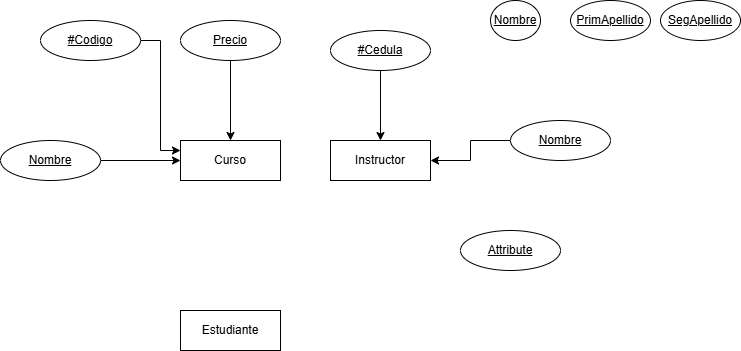
This is Academia.drawio.png from StimpyCR/DrawiIO, a draw.io export, as it was before one commit. Source tidied: cells renumbered, new cells last; positions are measured from the earlier drawing's top-left corner, leaving out a move shared by most shapes. The source it was exported from:
```xml
<mxGraphModel>
  <root>
    <mxCell id="0" />
    <mxCell id="1" parent="0" />
    <mxCell id="2" value="Curso" style="whiteSpace=wrap;html=1;align=center;" parent="1" vertex="1">
      <mxGeometry x="180" y="140" width="100" height="40" as="geometry" />
    </mxCell>
    <mxCell id="3" value="Instructor" style="whiteSpace=wrap;html=1;align=center;" parent="1" vertex="1">
      <mxGeometry x="330" y="140" width="100" height="40" as="geometry" />
    </mxCell>
    <mxCell id="4" value="Estudiante" style="whiteSpace=wrap;html=1;align=center;" parent="1" vertex="1">
      <mxGeometry x="180" y="310" width="100" height="40" as="geometry" />
    </mxCell>
    <mxCell id="5" style="edgeStyle=orthogonalEdgeStyle;rounded=0;jettySize=auto;html=1;exitX=1;exitY=0.5;exitDx=0;exitDy=0;entryX=0;entryY=0.25;entryDx=0;entryDy=0;" parent="1" edge="1" source="6" target="2">
      <mxGeometry relative="1" as="geometry" />
    </mxCell>
    <mxCell id="6" value="#Codigo" style="ellipse;whiteSpace=wrap;html=1;align=center;fontStyle=4;" parent="1" vertex="1">
      <mxGeometry x="40" y="20" width="100" height="40" as="geometry" />
    </mxCell>
    <mxCell id="7" style="edgeStyle=orthogonalEdgeStyle;rounded=0;jettySize=auto;html=1;" parent="1" edge="1" source="8" target="2">
      <mxGeometry relative="1" as="geometry" />
    </mxCell>
    <mxCell id="8" value="Nombre" style="ellipse;whiteSpace=wrap;html=1;align=center;fontStyle=4;" parent="1" vertex="1">
      <mxGeometry y="140" width="100" height="40" as="geometry" />
    </mxCell>
    <mxCell id="9" style="edgeStyle=orthogonalEdgeStyle;rounded=0;jettySize=auto;html=1;" parent="1" edge="1" source="10" target="2">
      <mxGeometry relative="1" as="geometry" />
    </mxCell>
    <mxCell id="10" value="Precio" style="ellipse;whiteSpace=wrap;html=1;align=center;fontStyle=4;" parent="1" vertex="1">
      <mxGeometry x="180" y="20" width="100" height="40" as="geometry" />
    </mxCell>
    <mxCell id="11" style="edgeStyle=orthogonalEdgeStyle;rounded=0;jettySize=auto;html=1;" parent="1" edge="1" source="12" target="3">
      <mxGeometry relative="1" as="geometry" />
    </mxCell>
    <mxCell id="12" value="#Cedula" style="ellipse;whiteSpace=wrap;html=1;align=center;fontStyle=4;" parent="1" vertex="1">
      <mxGeometry x="330" y="30" width="100" height="40" as="geometry" />
    </mxCell>
    <mxCell id="13" style="edgeStyle=orthogonalEdgeStyle;rounded=0;jettySize=auto;html=1;" parent="1" edge="1" source="14" target="3">
      <mxGeometry relative="1" as="geometry" />
    </mxCell>
    <mxCell id="14" value="Nombre" style="ellipse;whiteSpace=wrap;html=1;align=center;fontStyle=4;" parent="1" vertex="1">
      <mxGeometry x="510" y="120" width="100" height="40" as="geometry" />
    </mxCell>
    <mxCell id="15" value="Attribute" style="ellipse;whiteSpace=wrap;html=1;align=center;fontStyle=4;" parent="1" vertex="1">
      <mxGeometry x="460" y="230" width="100" height="40" as="geometry" />
    </mxCell>
    <mxCell id="16" value="Nombre" style="ellipse;whiteSpace=wrap;html=1;align=center;fontStyle=4;" parent="1" vertex="1">
      <mxGeometry x="490" width="50" height="40" as="geometry" />
    </mxCell>
    <mxCell id="17" value="PrimApellido" style="ellipse;whiteSpace=wrap;html=1;align=center;fontStyle=4;" parent="1" vertex="1">
      <mxGeometry x="570" width="80" height="40" as="geometry" />
    </mxCell>
    <mxCell id="18" value="SegApellido" style="ellipse;whiteSpace=wrap;html=1;align=center;fontStyle=4;" parent="1" vertex="1">
      <mxGeometry x="660" width="80" height="40" as="geometry" />
    </mxCell>
  </root>
</mxGraphModel>
```
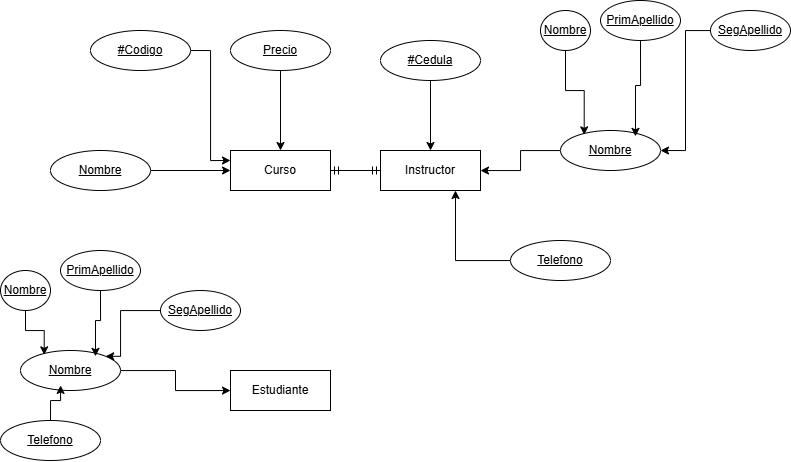
After the change.

The edit, as a diff of the source:
```diff
@@ -9,7 +9,7 @@
       <mxGeometry x="330" y="140" width="100" height="40" as="geometry" />
     </mxCell>
     <mxCell id="4" value="Estudiante" style="whiteSpace=wrap;html=1;align=center;" parent="1" vertex="1">
-      <mxGeometry x="180" y="310" width="100" height="40" as="geometry" />
+      <mxGeometry x="180" y="360" width="100" height="40" as="geometry" />
     </mxCell>
     <mxCell id="5" style="edgeStyle=orthogonalEdgeStyle;rounded=0;jettySize=auto;html=1;exitX=1;exitY=0.5;exitDx=0;exitDy=0;entryX=0;entryY=0.25;entryDx=0;entryDy=0;" parent="1" edge="1" source="6" target="2">
       <mxGeometry relative="1" as="geometry" />
@@ -41,17 +41,67 @@
     <mxCell id="14" value="Nombre" style="ellipse;whiteSpace=wrap;html=1;align=center;fontStyle=4;" parent="1" vertex="1">
       <mxGeometry x="510" y="120" width="100" height="40" as="geometry" />
     </mxCell>
+    <mxCell id="19" style="edgeStyle=orthogonalEdgeStyle;rounded=0;jettySize=auto;html=1;entryX=0.75;entryY=1;entryDx=0;entryDy=0;" parent="1" edge="1" source="15" target="3">
+      <mxGeometry relative="1" as="geometry" />
+    </mxCell>
-    <mxCell id="15" value="Attribute" style="ellipse;whiteSpace=wrap;html=1;align=center;fontStyle=4;" parent="1" vertex="1">
+    <mxCell id="15" value="Telefono" style="ellipse;whiteSpace=wrap;html=1;align=center;fontStyle=4;" parent="1" vertex="1">
       <mxGeometry x="460" y="230" width="100" height="40" as="geometry" />
     </mxCell>
     <mxCell id="16" value="Nombre" style="ellipse;whiteSpace=wrap;html=1;align=center;fontStyle=4;" parent="1" vertex="1">
       <mxGeometry x="490" width="50" height="40" as="geometry" />
     </mxCell>
     <mxCell id="17" value="PrimApellido" style="ellipse;whiteSpace=wrap;html=1;align=center;fontStyle=4;" parent="1" vertex="1">
-      <mxGeometry x="570" width="80" height="40" as="geometry" />
+      <mxGeometry x="550" y="-10" width="80" height="40" as="geometry" />
     </mxCell>
+    <mxCell id="20" style="edgeStyle=orthogonalEdgeStyle;rounded=0;jettySize=auto;html=1;entryX=1;entryY=0.5;entryDx=0;entryDy=0;" parent="1" edge="1" source="18" target="14">
+      <mxGeometry relative="1" as="geometry" />
+    </mxCell>
     <mxCell id="18" value="SegApellido" style="ellipse;whiteSpace=wrap;html=1;align=center;fontStyle=4;" parent="1" vertex="1">
       <mxGeometry x="660" width="80" height="40" as="geometry" />
     </mxCell>
+    <mxCell id="21" style="edgeStyle=orthogonalEdgeStyle;rounded=0;jettySize=auto;html=1;entryX=0.237;entryY=0.109;entryDx=0;entryDy=0;entryPerimeter=0;" parent="1" edge="1" source="16" target="14">
+      <mxGeometry relative="1" as="geometry" />
+    </mxCell>
+    <mxCell id="22" style="edgeStyle=orthogonalEdgeStyle;rounded=0;jettySize=auto;html=1;entryX=0.75;entryY=0.147;entryDx=0;entryDy=0;entryPerimeter=0;" parent="1" edge="1" source="17" target="14">
+      <mxGeometry relative="1" as="geometry" />
+    </mxCell>
+    <mxCell id="23" style="edgeStyle=orthogonalEdgeStyle;rounded=0;jettySize=auto;html=1;" parent="1" edge="1" source="24" target="4">
+      <mxGeometry relative="1" as="geometry" />
+    </mxCell>
+    <mxCell id="24" value="Nombre" style="ellipse;whiteSpace=wrap;html=1;align=center;fontStyle=4;" parent="1" vertex="1">
+      <mxGeometry x="-30" y="340" width="100" height="40" as="geometry" />
+    </mxCell>
+    <mxCell id="25" value="Nombre" style="ellipse;whiteSpace=wrap;html=1;align=center;fontStyle=4;" parent="1" vertex="1">
+      <mxGeometry x="-50" y="260" width="50" height="40" as="geometry" />
+    </mxCell>
+    <mxCell id="26" value="PrimApellido" style="ellipse;whiteSpace=wrap;html=1;align=center;fontStyle=4;" parent="1" vertex="1">
+      <mxGeometry x="10" y="240" width="80" height="40" as="geometry" />
+    </mxCell>
+    <mxCell id="27" style="edgeStyle=orthogonalEdgeStyle;rounded=0;jettySize=auto;html=1;entryX=1;entryY=0;entryDx=0;entryDy=0;" parent="1" edge="1" source="28" target="24">
+      <mxGeometry relative="1" as="geometry">
+        <Array as="points">
+          <mxPoint x="70" y="300" />
+          <mxPoint x="70" y="346" />
+        </Array>
+      </mxGeometry>
+    </mxCell>
+    <mxCell id="28" value="SegApellido" style="ellipse;whiteSpace=wrap;html=1;align=center;fontStyle=4;" parent="1" vertex="1">
+      <mxGeometry x="110" y="280" width="80" height="40" as="geometry" />
+    </mxCell>
+    <mxCell id="29" style="edgeStyle=orthogonalEdgeStyle;rounded=0;jettySize=auto;html=1;entryX=0.237;entryY=0.109;entryDx=0;entryDy=0;entryPerimeter=0;" parent="1" edge="1" source="25" target="24">
+      <mxGeometry relative="1" as="geometry" />
+    </mxCell>
+    <mxCell id="30" style="edgeStyle=orthogonalEdgeStyle;rounded=0;jettySize=auto;html=1;entryX=0.75;entryY=0.147;entryDx=0;entryDy=0;entryPerimeter=0;" parent="1" edge="1" source="26" target="24">
+      <mxGeometry relative="1" as="geometry" />
+    </mxCell>
+    <mxCell id="31" value="Telefono" style="ellipse;whiteSpace=wrap;html=1;align=center;fontStyle=4;" parent="1" vertex="1">
+      <mxGeometry x="-50" y="410" width="100" height="40" as="geometry" />
+    </mxCell>
+    <mxCell id="32" style="edgeStyle=orthogonalEdgeStyle;rounded=0;jettySize=auto;html=1;entryX=0.401;entryY=0.874;entryDx=0;entryDy=0;entryPerimeter=0;" parent="1" edge="1" source="31" target="24">
+      <mxGeometry relative="1" as="geometry" />
+    </mxCell>
+    <mxCell id="33" style="edgeStyle=entityRelationEdgeStyle;fontSize=12;html=1;endArrow=ERmandOne;startArrow=ERmandOne;rounded=0;" parent="1" edge="1" source="2" target="3">
+      <mxGeometry relative="1" as="geometry" />
+    </mxCell>
   </root>
 </mxGraphModel>
```
